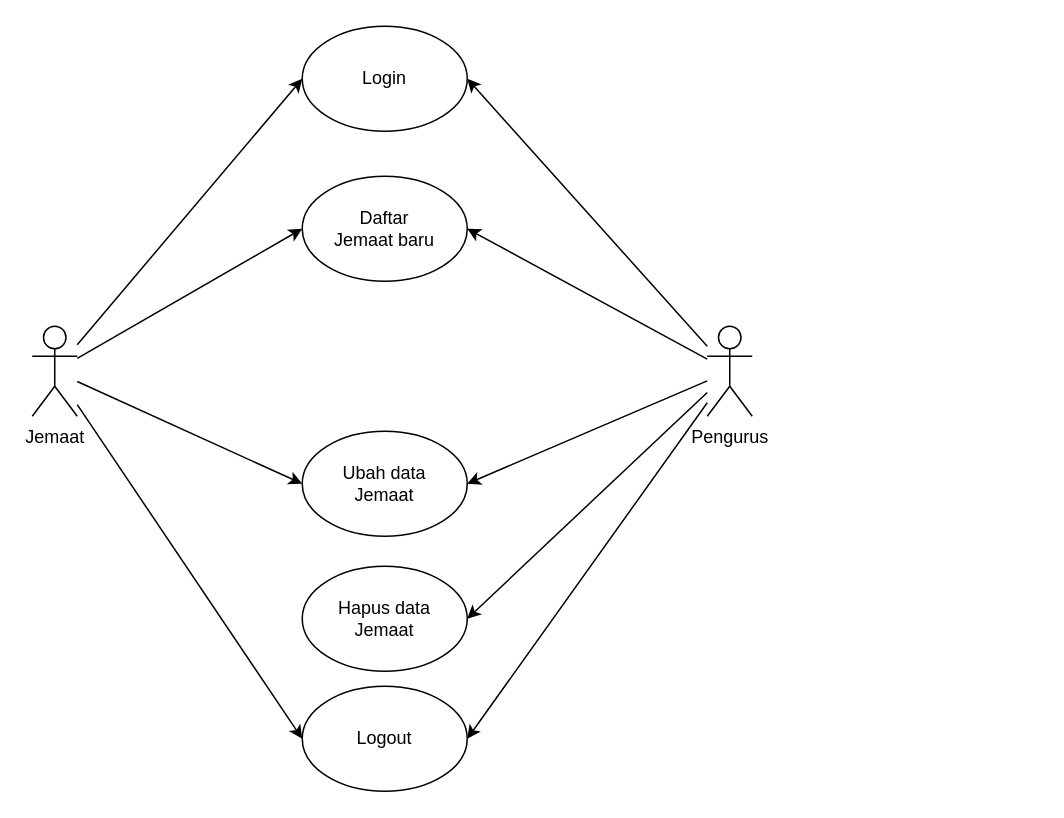
Raymond-15/requirements keeps this draw.io diagram as UseCaseDiagram.drawio. Above is the earlier version. Source tidied: cells renumbered, new cells numbered last; positions are measured from the earlier drawing's top-left corner, leaving out a move shared by most shapes. Both pictures are drawn from the tidied source at 150%, with x=0, y=0 at pixel (32, 26).
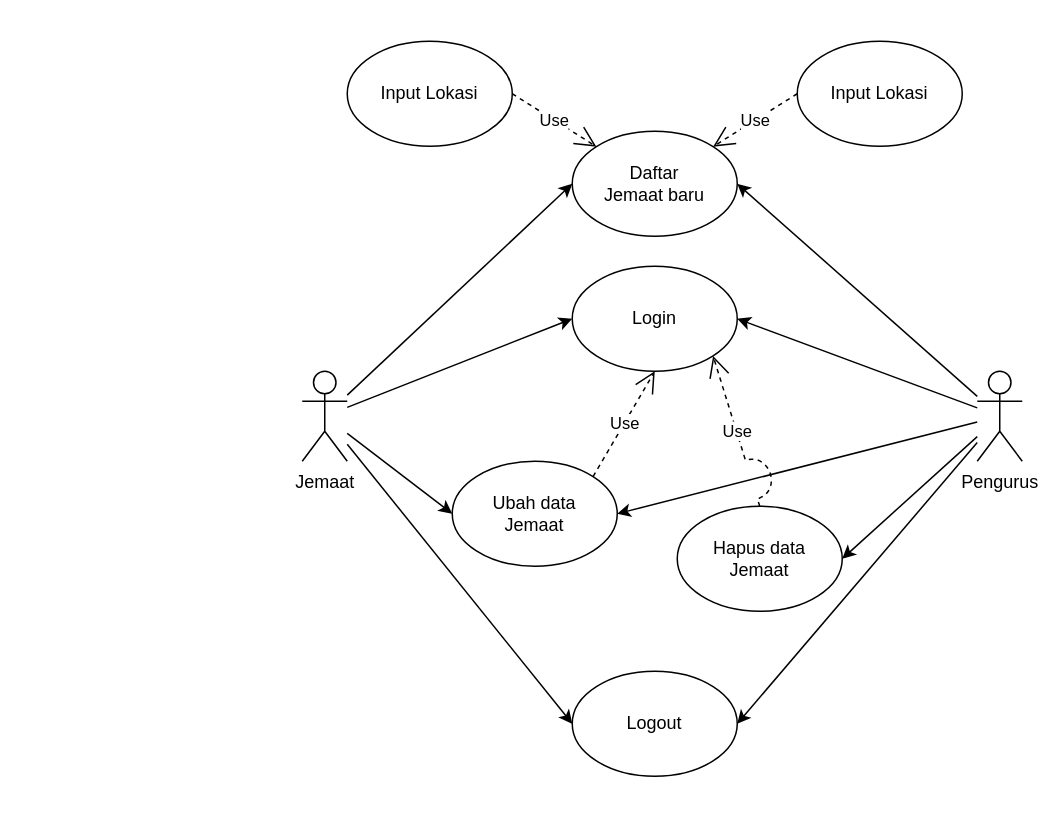
After the change.

What changed in the source:
```diff
@@
     <mxCell id="6" value="Jemaat" style="shape=umlActor;verticalLabelPosition=bottom;verticalAlign=top;html=1;outlineConnect=0;" parent="1" vertex="1">
-      <mxGeometry y="200" width="30" height="60" as="geometry" />
+      <mxGeometry x="180" y="230" width="30" height="60" as="geometry" />
     </mxCell>
     <mxCell id="7" value="Daftar &lt;br&gt;Jemaat baru" style="ellipse;whiteSpace=wrap;html=1;" parent="1" vertex="1">
-      <mxGeometry x="180" y="100" width="110" height="70" as="geometry" />
+      <mxGeometry x="360" y="70" width="110" height="70" as="geometry" />
     </mxCell>
     <mxCell id="8" value="Ubah data&lt;br&gt;Jemaat" style="ellipse;whiteSpace=wrap;html=1;" parent="1" vertex="1">
-      <mxGeometry x="180" y="270" width="110" height="70" as="geometry" />
+      <mxGeometry x="280" y="290" width="110" height="70" as="geometry" />
     </mxCell>
     <mxCell id="9" value="Login" style="ellipse;whiteSpace=wrap;html=1;" parent="1" vertex="1">
-      <mxGeometry x="180" width="110" height="70" as="geometry" />
+      <mxGeometry x="360" y="160" width="110" height="70" as="geometry" />
     </mxCell>
     <mxCell id="10" value="Hapus data&lt;br&gt;Jemaat" style="ellipse;whiteSpace=wrap;html=1;" parent="1" vertex="1">
-      <mxGeometry x="180" y="360" width="110" height="70" as="geometry" />
+      <mxGeometry x="430" y="320" width="110" height="70" as="geometry" />
     </mxCell>
     <mxCell id="11" value="Logout" style="ellipse;whiteSpace=wrap;html=1;" parent="1" vertex="1">
-      <mxGeometry x="180" y="440" width="110" height="70" as="geometry" />
+      <mxGeometry x="360" y="430" width="110" height="70" as="geometry" />
     </mxCell>
@@
     <mxCell id="17" value="Pengurus" style="shape=umlActor;verticalLabelPosition=bottom;verticalAlign=top;html=1;outlineConnect=0;" parent="1" vertex="1">
-      <mxGeometry x="450" y="200" width="30" height="60" as="geometry" />
+      <mxGeometry x="630" y="230" width="30" height="60" as="geometry" />
     </mxCell>
+    <mxCell id="18" value="Use" style="endArrow=open;endSize=12;dashed=1;html=1;rounded=0;exitX=1;exitY=0.5;exitDx=0;exitDy=0;entryX=0;entryY=0;entryDx=0;entryDy=0;jumpStyle=arc;jumpSize=27;" parent="1" edge="1" source="19" target="7">
+      <mxGeometry relative="1" as="geometry" />
+    </mxCell>
+    <mxCell id="19" value="Input Lokasi" style="ellipse;whiteSpace=wrap;html=1;" parent="1" vertex="1">
+      <mxGeometry x="210" y="10" width="110" height="70" as="geometry" />
+    </mxCell>
+    <mxCell id="20" value="Use" style="endArrow=open;endSize=12;dashed=1;html=1;rounded=0;jumpStyle=arc;jumpSize=27;exitX=1;exitY=0;exitDx=0;exitDy=0;entryX=0.5;entryY=1;entryDx=0;entryDy=0;" parent="1" edge="1" source="8" target="9">
+      <mxGeometry relative="1" as="geometry" />
+    </mxCell>
+    <mxCell id="21" value="Use" style="endArrow=open;endSize=12;dashed=1;html=1;rounded=0;jumpStyle=arc;jumpSize=27;exitX=0.5;exitY=0;exitDx=0;exitDy=0;entryX=1;entryY=1;entryDx=0;entryDy=0;" parent="1" edge="1" source="10" target="9">
+      <mxGeometry relative="1" as="geometry" />
+    </mxCell>
+    <mxCell id="22" value="Input Lokasi" style="ellipse;whiteSpace=wrap;html=1;" parent="1" vertex="1">
+      <mxGeometry x="510" y="10" width="110" height="70" as="geometry" />
+    </mxCell>
+    <mxCell id="23" value="Use" style="endArrow=open;endSize=12;dashed=1;html=1;rounded=0;exitX=0;exitY=0.5;exitDx=0;exitDy=0;entryX=1;entryY=0;entryDx=0;entryDy=0;jumpStyle=arc;jumpSize=27;" parent="1" edge="1" source="22" target="7">
+      <mxGeometry relative="1" as="geometry" />
+    </mxCell>
```
